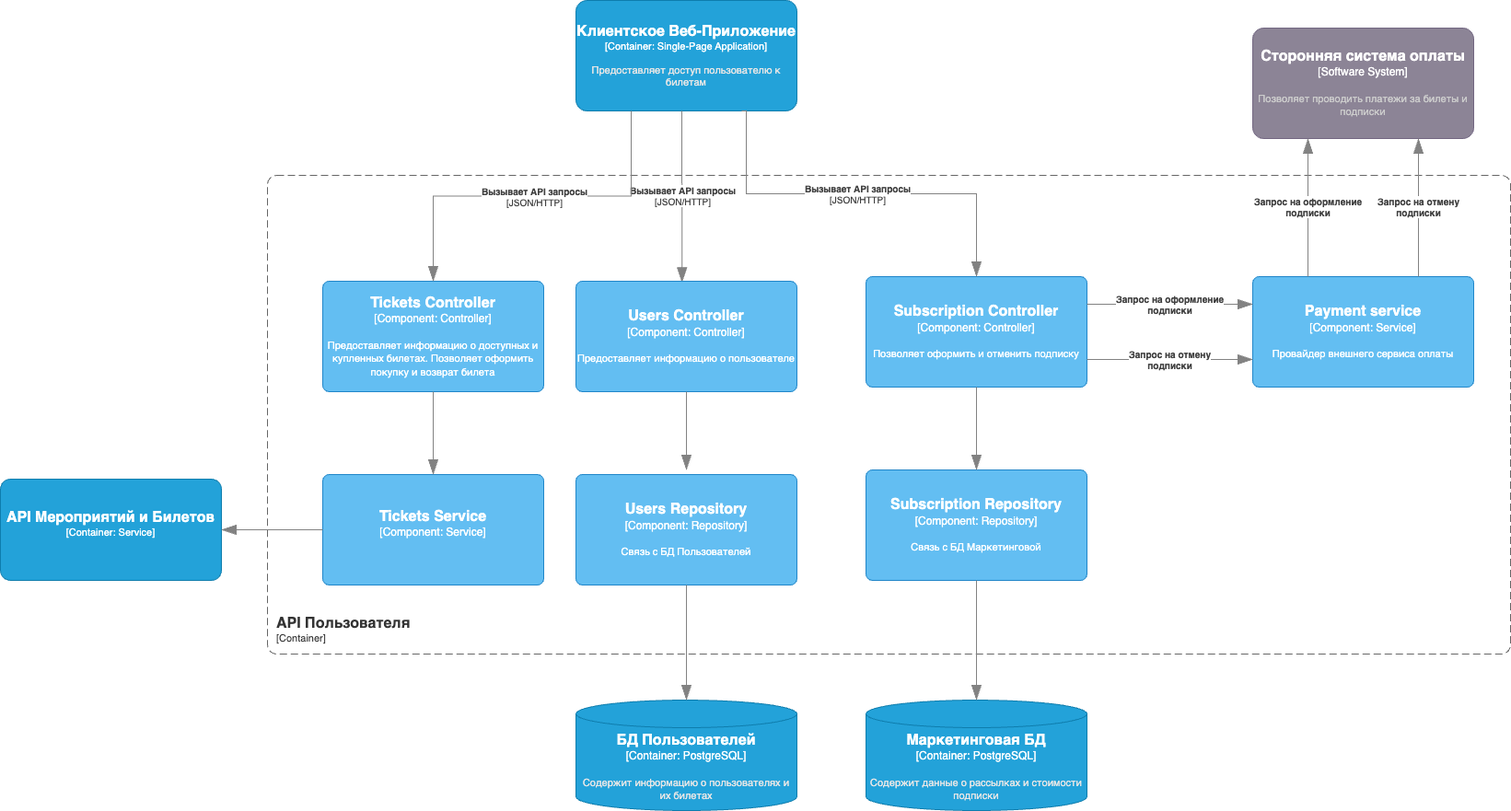
The draw.io diagram Lab-Work-2/docs/components_1.png in zaktsy/Software-Architecture-Labs, before a commit. Source tidied: cells renumbered, new cells last; positions are measured from the earlier drawing's top-left corner, leaving out a move shared by most shapes.
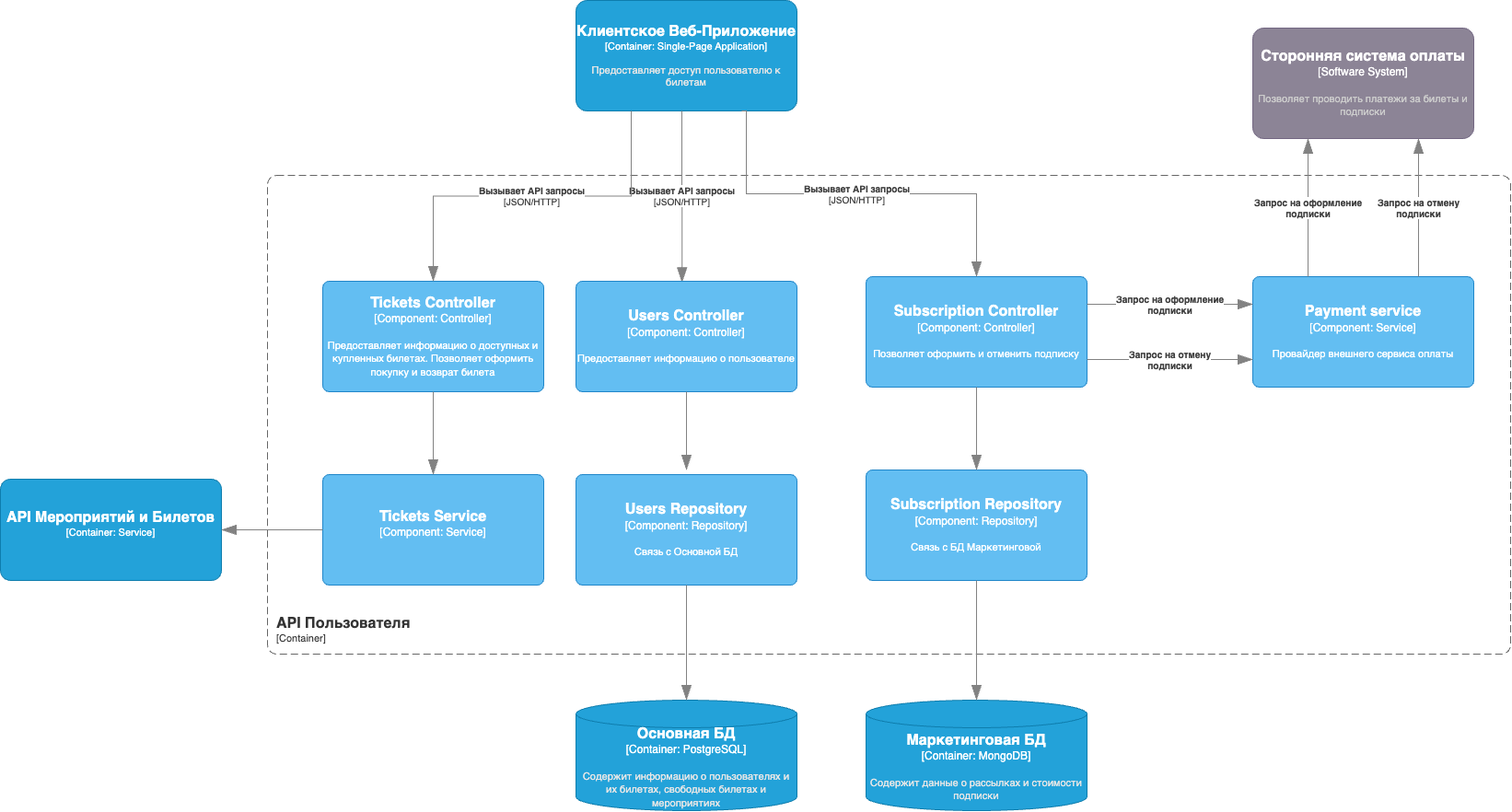
After the change.

The edit, as a diff of the source:
```diff
@@ -12,7 +12,7 @@
         <mxGeometry x="350" y="305" width="240" height="120" as="geometry" />
       </mxCell>
     </object>
-    <object id="4" label="&lt;font style=&quot;font-size: 16px&quot;&gt;&lt;b&gt;%c4Type%&lt;/b&gt;&lt;/font&gt;&lt;div&gt;[%c4Container%:&amp;nbsp;%c4Technology%]&lt;/div&gt;&lt;br&gt;&lt;div&gt;&lt;font style=&quot;font-size: 11px&quot;&gt;&lt;font color=&quot;#E6E6E6&quot;&gt;%c4Description%&lt;/font&gt;&lt;/div&gt;" c4Container="Container" c4Description="Содержит информацию о пользователях и их билетах" c4Technology="PostgreSQL" c4Type="БД Пользователей" placeholders="1">
+    <object id="4" label="&lt;font style=&quot;font-size: 16px&quot;&gt;&lt;b&gt;%c4Type%&lt;/b&gt;&lt;/font&gt;&lt;div&gt;[%c4Container%:&amp;nbsp;%c4Technology%]&lt;/div&gt;&lt;br&gt;&lt;div&gt;&lt;font style=&quot;font-size: 11px&quot;&gt;&lt;font color=&quot;#E6E6E6&quot;&gt;%c4Description%&lt;/font&gt;&lt;/div&gt;" c4Container="Container" c4Description="Содержит информацию о пользователях и их билетах, свободных билетах и мероприятиях" c4Technology="PostgreSQL" c4Type="Основная БД" placeholders="1">
       <mxCell style="shape=cylinder3;size=15;whiteSpace=wrap;html=1;boundedLbl=1;rounded=0;labelBackgroundColor=none;fillColor=#23A2D9;fontSize=12;fontColor=#ffffff;align=center;strokeColor=#0E7DAD;points=[[0.5,0,0],[1,0.25,0],[1,0.5,0],[1,0.75,0],[0.5,1,0],[0,0.75,0],[0,0.5,0],[0,0.25,0]];" parent="1" vertex="1">
         <mxGeometry x="625" y="760" width="240" height="120" as="geometry" />
       </mxCell>
@@ -34,7 +34,7 @@
         <mxGeometry x="940" y="300" width="240" height="120" as="geometry" />
       </mxCell>
     </object>
-    <object id="8" label="&lt;font style=&quot;font-size: 16px&quot;&gt;&lt;b&gt;%c4Name%&lt;/b&gt;&lt;/font&gt;&lt;div&gt;[%c4Type%: %c4Technology%]&lt;/div&gt;&lt;br&gt;&lt;div&gt;&lt;font style=&quot;font-size: 11px&quot;&gt;%c4Description%&lt;/font&gt;&lt;/div&gt;" c4Description="Связь с БД Пользователей" c4Name="Users Repository" c4Technology="Repository" c4Type="Component" placeholders="1">
+    <object id="8" label="&lt;font style=&quot;font-size: 16px&quot;&gt;&lt;b&gt;%c4Name%&lt;/b&gt;&lt;/font&gt;&lt;div&gt;[%c4Type%: %c4Technology%]&lt;/div&gt;&lt;br&gt;&lt;div&gt;&lt;font style=&quot;font-size: 11px&quot;&gt;%c4Description%&lt;/font&gt;&lt;/div&gt;" c4Description="Связь с Основной БД" c4Name="Users Repository" c4Technology="Repository" c4Type="Component" placeholders="1">
       <mxCell style="rounded=1;whiteSpace=wrap;html=1;labelBackgroundColor=none;fillColor=#63BEF2;fontColor=#ffffff;align=center;arcSize=6;strokeColor=#2086C9;points=[[0.25,0,0],[0.5,0,0],[0.75,0,0],[1,0.25,0],[1,0.5,0],[1,0.75,0],[0.75,1,0],[0.5,1,0],[0.25,1,0],[0,0.75,0],[0,0.5,0],[0,0.25,0]];" parent="1" vertex="1">
         <mxGeometry x="625" y="515" width="240" height="120" as="geometry" />
       </mxCell>
@@ -60,7 +60,7 @@
         </mxGeometry>
       </mxCell>
     </object>
-    <object id="12" label="&lt;font style=&quot;font-size: 16px&quot;&gt;&lt;b&gt;%c4Type%&lt;/b&gt;&lt;/font&gt;&lt;div&gt;[%c4Container%:&amp;nbsp;%c4Technology%]&lt;/div&gt;&lt;br&gt;&lt;div&gt;&lt;font style=&quot;font-size: 11px&quot;&gt;&lt;font color=&quot;#E6E6E6&quot;&gt;%c4Description%&lt;/font&gt;&lt;/div&gt;" c4Container="Container" c4Description="Содержит данные о рассылках и стоимости подписки" c4Technology="PostgreSQL" c4Type="Маркетинговая БД" placeholders="1">
+    <object id="12" label="&lt;font style=&quot;font-size: 16px&quot;&gt;&lt;b&gt;%c4Type%&lt;/b&gt;&lt;/font&gt;&lt;div&gt;[%c4Container%:&amp;nbsp;%c4Technology%]&lt;/div&gt;&lt;br&gt;&lt;div&gt;&lt;font style=&quot;font-size: 11px&quot;&gt;&lt;font color=&quot;#E6E6E6&quot;&gt;%c4Description%&lt;/font&gt;&lt;/div&gt;" c4Container="Container" c4Description="Содержит данные о рассылках и стоимости подписки" c4Technology="MongoDB" c4Type="Маркетинговая БД" placeholders="1">
       <mxCell style="shape=cylinder3;size=15;whiteSpace=wrap;html=1;boundedLbl=1;rounded=0;labelBackgroundColor=none;fillColor=#23A2D9;fontSize=12;fontColor=#ffffff;align=center;strokeColor=#0E7DAD;points=[[0.5,0,0],[1,0.25,0],[1,0.5,0],[1,0.75,0],[0.5,1,0],[0,0.75,0],[0,0.5,0],[0,0.25,0]];" parent="1" vertex="1">
         <mxGeometry x="940" y="760" width="240" height="120" as="geometry" />
       </mxCell>
```
